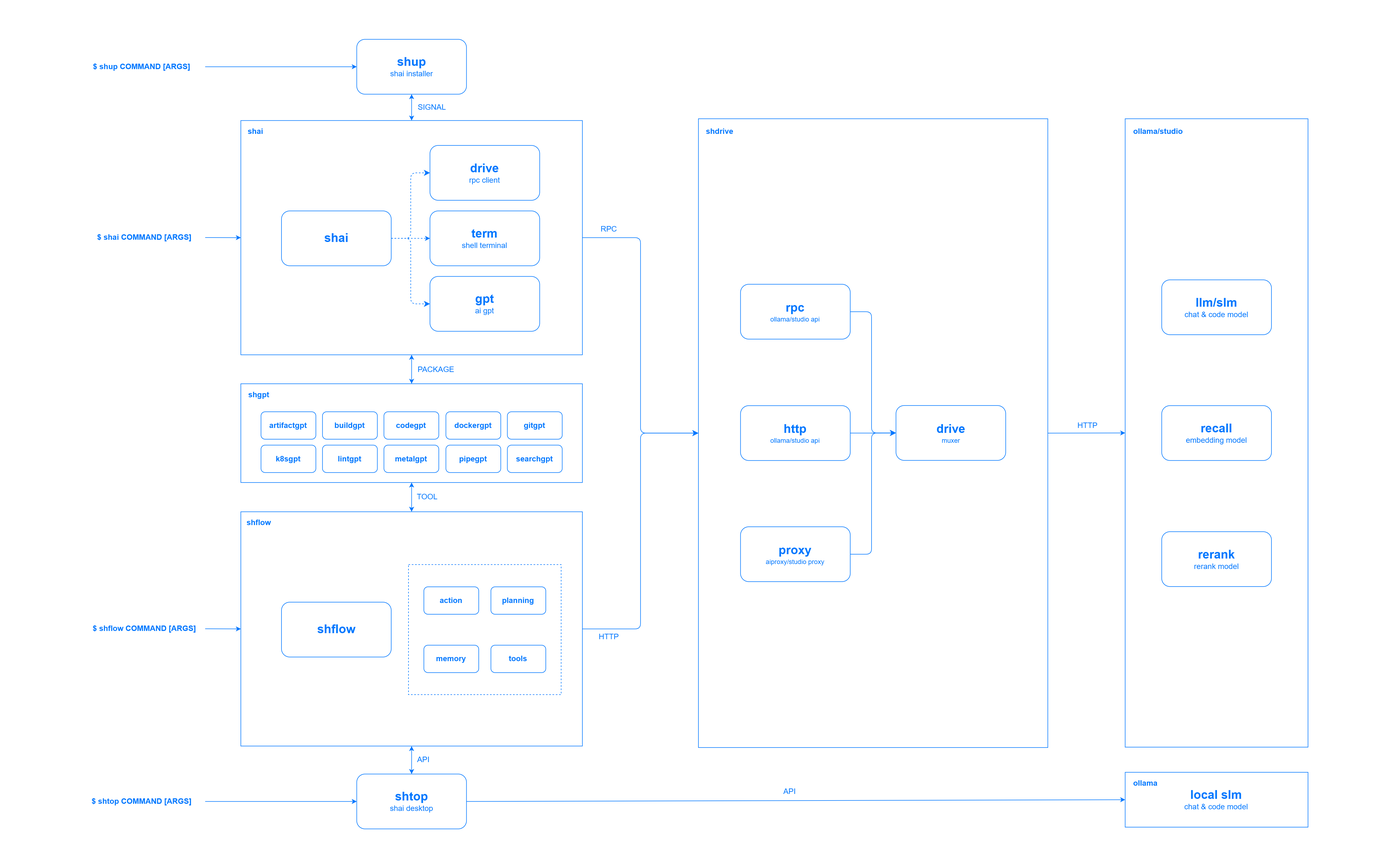
Before: profile/arch.png, a diagram exported from draw.io (ai-flowx/.github). Source tidied: cells renumbered, new cells last; positions are measured from the earlier drawing's top-left corner, leaving out a move shared by most shapes.
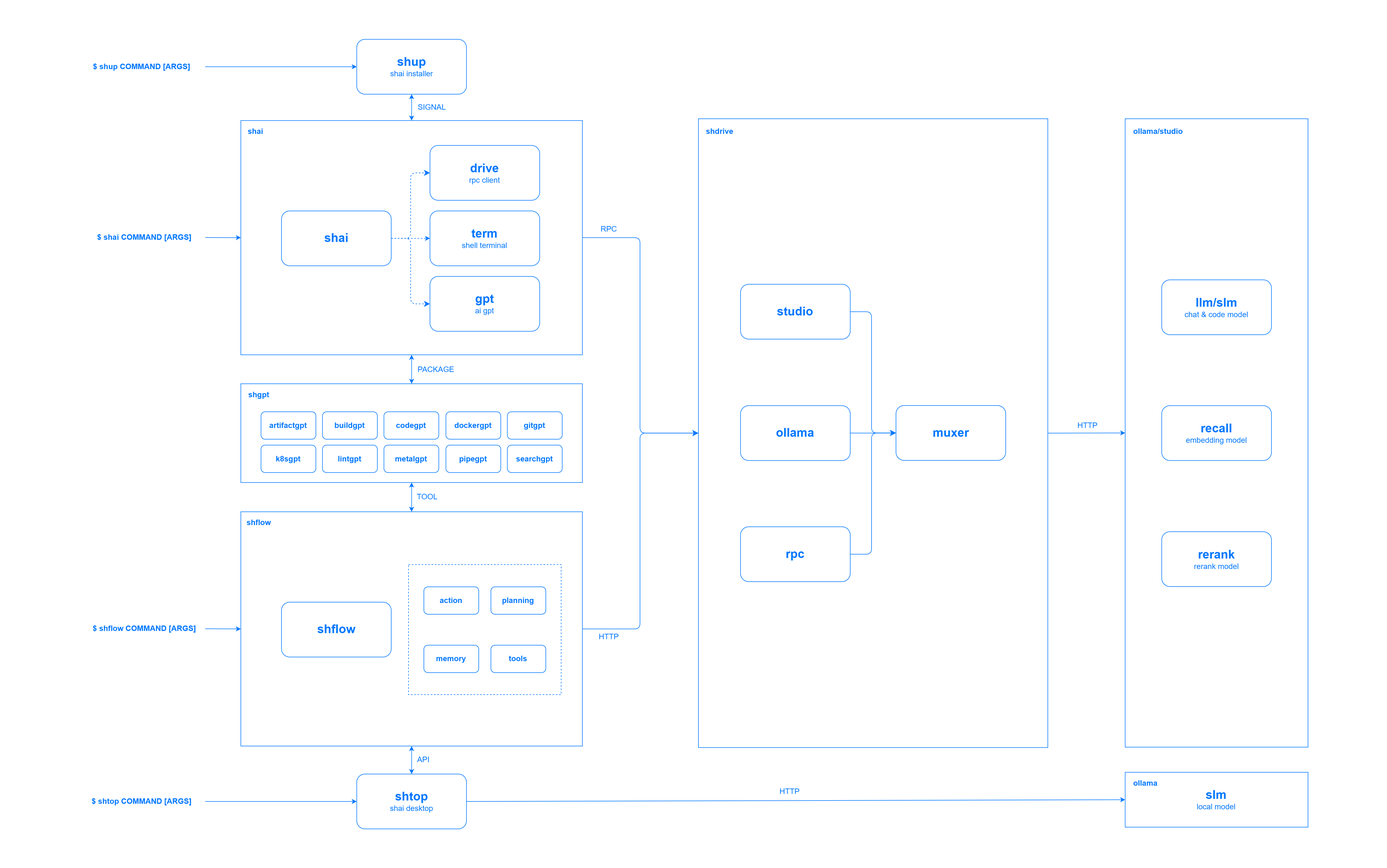
After the commit.

Diff of the diagram source:
```diff
@@ -117,7 +117,7 @@
     <mxCell id="38" value="&lt;span style=&quot;color: rgb(0, 119, 255); font-size: 14px;&quot;&gt;HTTP&lt;/span&gt;" style="text;html=1;strokeColor=none;fillColor=none;align=center;verticalAlign=middle;whiteSpace=wrap;rounded=0;" parent="1" vertex="1">
       <mxGeometry x="1945.3" y="760" width="74" height="30" as="geometry" />
     </mxCell>
-    <mxCell id="39" value="&lt;span style=&quot;border-color: var(--border-color); color: rgb(0, 119, 255); font-weight: bold; font-size: 22px;&quot;&gt;drive&lt;br&gt;&lt;/span&gt;&lt;font color=&quot;#0077ff&quot; style=&quot;&quot;&gt;muxer&lt;br&gt;&lt;/font&gt;" style="rounded=1;whiteSpace=wrap;html=1;strokeColor=#0077FF;fillColor=none;shadow=0;" parent="1" vertex="1">
+    <mxCell id="39" value="&lt;span style=&quot;border-color: var(--border-color); color: rgb(0, 119, 255); font-weight: bold; font-size: 22px;&quot;&gt;muxer&lt;/span&gt;&lt;font color=&quot;#0077ff&quot; style=&quot;&quot;&gt;&lt;br&gt;&lt;/font&gt;" style="rounded=1;whiteSpace=wrap;html=1;strokeColor=#0077FF;fillColor=none;shadow=0;" parent="1" vertex="1">
       <mxGeometry x="1632.6" y="738.6" width="200" height="100" as="geometry" />
     </mxCell>
     <mxCell id="40" value="&lt;font color=&quot;#0077ff&quot; style=&quot;&quot;&gt;&lt;br&gt;&lt;/font&gt;" style="rounded=0;whiteSpace=wrap;html=1;strokeColor=#0077FF;fillColor=none;shadow=0;" parent="1" vertex="1">
@@ -135,7 +135,7 @@
     <mxCell id="44" value="&lt;span style=&quot;border-color: var(--border-color); color: rgb(0, 119, 255); font-weight: bold; font-size: 22px;&quot;&gt;rerank&lt;/span&gt;&lt;br style=&quot;border-color: var(--border-color); color: rgb(0, 119, 255);&quot;&gt;&lt;font style=&quot;border-color: var(--border-color); color: rgb(0, 119, 255); font-size: 14px;&quot;&gt;rerank model&lt;/font&gt;&lt;font color=&quot;#0077ff&quot; style=&quot;&quot;&gt;&lt;br&gt;&lt;/font&gt;" style="rounded=1;whiteSpace=wrap;html=1;strokeColor=#0077FF;fillColor=none;shadow=0;" parent="1" vertex="1">
       <mxGeometry x="2116.9" y="968.6" width="200" height="100" as="geometry" />
     </mxCell>
-    <mxCell id="45" value="&lt;font color=&quot;#0077ff&quot; style=&quot;&quot;&gt;&lt;span style=&quot;font-size: 22px;&quot;&gt;&lt;b&gt;http&lt;br&gt;&lt;/b&gt;&lt;/span&gt;ollama/studio api&lt;br&gt;&lt;/font&gt;" style="rounded=1;whiteSpace=wrap;html=1;strokeColor=#0077FF;fillColor=none;shadow=0;" parent="1" vertex="1">
+    <mxCell id="45" value="&lt;font color=&quot;#0077ff&quot; style=&quot;&quot;&gt;&lt;span style=&quot;font-size: 22px;&quot;&gt;&lt;b&gt;ollama&lt;/b&gt;&lt;/span&gt;&lt;br&gt;&lt;/font&gt;" style="rounded=1;whiteSpace=wrap;html=1;strokeColor=#0077FF;fillColor=none;shadow=0;" parent="1" vertex="1">
       <mxGeometry x="1349.2" y="738.8" width="200" height="100" as="geometry" />
     </mxCell>
     <mxCell id="46" style="edgeStyle=elbowEdgeStyle;elbow=horizontal;endArrow=classic;html=1;rounded=1;endSize=8;startSize=8;exitX=1;exitY=0.5;exitDx=0;exitDy=0;entryX=0;entryY=0.5;entryDx=0;entryDy=0;strokeColor=#0077FF;" parent="1" edge="1" source="72" target="39">
@@ -213,7 +213,7 @@
     <mxCell id="66" value="&lt;span style=&quot;color: rgb(0, 119, 255); font-size: 14px;&quot;&gt;API&lt;/span&gt;" style="text;html=1;strokeColor=none;fillColor=none;align=center;verticalAlign=middle;whiteSpace=wrap;rounded=0;" parent="1" vertex="1">
       <mxGeometry x="750.2" y="1369.1" width="42.8" height="30" as="geometry" />
     </mxCell>
-    <mxCell id="67" value="&lt;span style=&quot;border-color: var(--border-color); color: rgb(0, 119, 255); font-weight: bold; font-size: 22px;&quot;&gt;local slm&lt;/span&gt;&lt;br style=&quot;border-color: var(--border-color); color: rgb(0, 119, 255);&quot;&gt;&lt;font style=&quot;border-color: var(--border-color); color: rgb(0, 119, 255); font-size: 14px;&quot;&gt;chat &amp;amp; code model&lt;/font&gt;&lt;font color=&quot;#0077ff&quot; style=&quot;&quot;&gt;&lt;br&gt;&lt;/font&gt;" style="rounded=0;whiteSpace=wrap;html=1;strokeColor=#0077FF;fillColor=none;shadow=0;" parent="1" vertex="1">
+    <mxCell id="67" value="&lt;span style=&quot;border-color: var(--border-color); color: rgb(0, 119, 255); font-weight: bold; font-size: 22px;&quot;&gt;slm&lt;/span&gt;&lt;br style=&quot;border-color: var(--border-color); color: rgb(0, 119, 255);&quot;&gt;&lt;font style=&quot;border-color: var(--border-color); color: rgb(0, 119, 255); font-size: 14px;&quot;&gt;local model&lt;/font&gt;&lt;font color=&quot;#0077ff&quot; style=&quot;&quot;&gt;&lt;br&gt;&lt;/font&gt;" style="rounded=0;whiteSpace=wrap;html=1;strokeColor=#0077FF;fillColor=none;shadow=0;" parent="1" vertex="1">
       <mxGeometry x="2050.3" y="1407.1" width="333.2" height="100" as="geometry" />
     </mxCell>
     <mxCell id="68" style="endArrow=classic;html=1;fontSize=14;fontColor=#0077FF;entryX=0;entryY=0.5;entryDx=0;entryDy=0;exitX=1;exitY=0.5;exitDx=0;exitDy=0;strokeColor=#0077FF;" parent="1" edge="1" source="63" target="67">
@@ -222,13 +222,13 @@
     <mxCell id="69" value="ollama" style="text;strokeColor=none;fillColor=none;html=1;fontSize=14;fontStyle=1;verticalAlign=middle;align=center;rounded=0;shadow=0;fontColor=#0077FF;" parent="1" vertex="1">
       <mxGeometry x="2050.3" y="1407.1" width="72.7" height="40" as="geometry" />
     </mxCell>
-    <mxCell id="70" value="&lt;span style=&quot;color: rgb(0, 119, 255); font-size: 14px;&quot;&gt;API&lt;/span&gt;" style="text;html=1;strokeColor=none;fillColor=none;align=center;verticalAlign=middle;whiteSpace=wrap;rounded=0;" parent="1" vertex="1">
+    <mxCell id="70" value="&lt;span style=&quot;color: rgb(0, 119, 255); font-size: 14px;&quot;&gt;HTTP&lt;/span&gt;" style="text;html=1;strokeColor=none;fillColor=none;align=center;verticalAlign=middle;whiteSpace=wrap;rounded=0;" parent="1" vertex="1">
       <mxGeometry x="1402.4" y="1427.1" width="74" height="30" as="geometry" />
     </mxCell>
-    <mxCell id="71" value="&lt;font color=&quot;#0077ff&quot; style=&quot;&quot;&gt;&lt;span style=&quot;font-size: 22px;&quot;&gt;&lt;b&gt;proxy&lt;br&gt;&lt;/b&gt;&lt;/span&gt;aiproxy/studio proxy&lt;br&gt;&lt;/font&gt;" style="rounded=1;whiteSpace=wrap;html=1;strokeColor=#0077FF;fillColor=none;shadow=0;" parent="1" vertex="1">
+    <mxCell id="71" value="&lt;font color=&quot;#0077ff&quot; style=&quot;&quot;&gt;&lt;span style=&quot;font-size: 22px;&quot;&gt;&lt;b&gt;rpc&lt;/b&gt;&lt;/span&gt;&lt;br&gt;&lt;/font&gt;" style="rounded=1;whiteSpace=wrap;html=1;strokeColor=#0077FF;fillColor=none;shadow=0;" parent="1" vertex="1">
       <mxGeometry x="1349.2" y="959.6" width="200" height="100" as="geometry" />
     </mxCell>
-    <mxCell id="72" value="&lt;span style=&quot;border-color: var(--border-color); color: rgb(0, 119, 255); font-size: 22px;&quot;&gt;&lt;b style=&quot;border-color: var(--border-color);&quot;&gt;rpc&lt;br style=&quot;border-color: var(--border-color);&quot;&gt;&lt;/b&gt;&lt;/span&gt;&lt;span style=&quot;color: rgb(0, 119, 255);&quot;&gt;ollama/studio api&lt;/span&gt;&lt;font color=&quot;#0077ff&quot; style=&quot;&quot;&gt;&lt;br&gt;&lt;/font&gt;" style="rounded=1;whiteSpace=wrap;html=1;strokeColor=#0077FF;fillColor=none;shadow=0;" parent="1" vertex="1">
+    <mxCell id="72" value="&lt;font color=&quot;#0077ff&quot; style=&quot;&quot;&gt;&lt;span style=&quot;font-size: 22px;&quot;&gt;&lt;b&gt;studio&lt;/b&gt;&lt;/span&gt;&lt;br&gt;&lt;/font&gt;" style="rounded=1;whiteSpace=wrap;html=1;strokeColor=#0077FF;fillColor=none;shadow=0;" parent="1" vertex="1">
       <mxGeometry x="1349.2" y="517.6" width="200" height="100" as="geometry" />
     </mxCell>
     <mxCell id="73" style="edgeStyle=elbowEdgeStyle;elbow=horizontal;endArrow=classic;html=1;rounded=1;endSize=8;startSize=8;exitX=1;exitY=0.5;exitDx=0;exitDy=0;entryX=0;entryY=0.5;entryDx=0;entryDy=0;strokeColor=#0077FF;" parent="1" edge="1" source="71" target="39">
```
